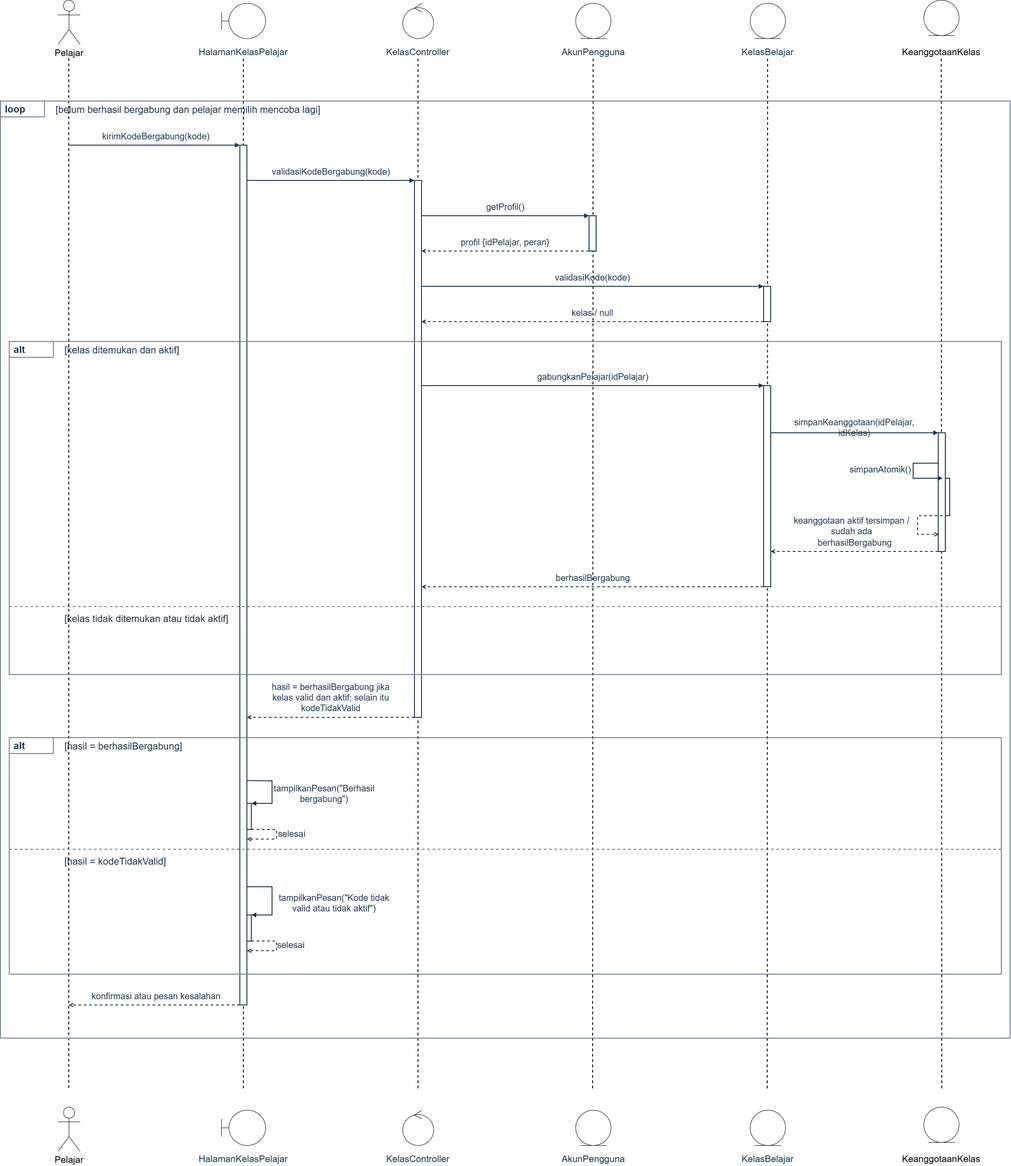
The draw.io diagram docs/M7/assets/diagram/UC05_Alternatif3.png in nighttbott/IF2150-RPL-K02-G04, before a commit. Source tidied: cells renumbered, new cells last; positions are measured from the earlier drawing's top-left corner, leaving out a move shared by most shapes.
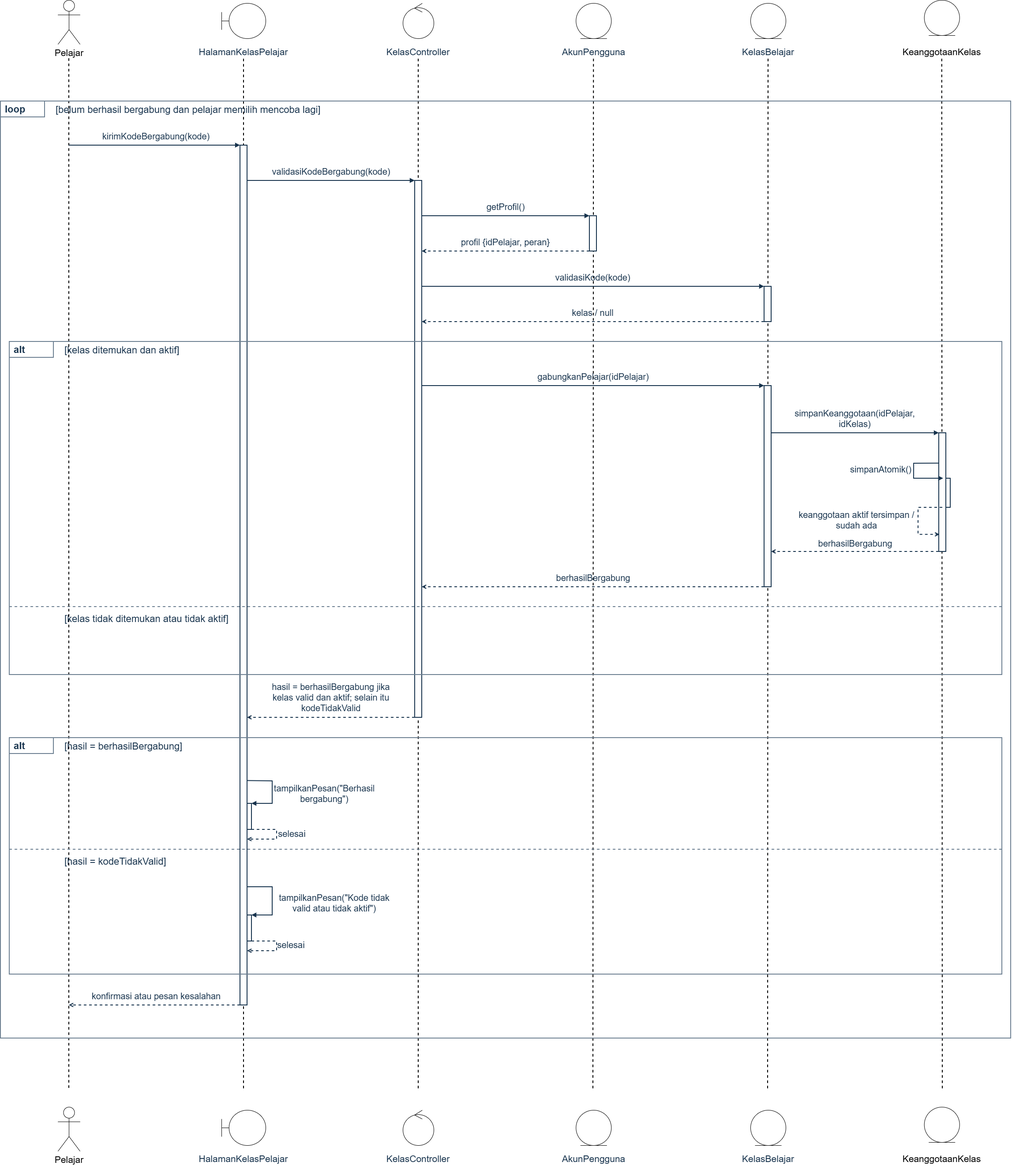
The same file after the commit.

Commit message:
docs : memperbaiki diagram

Change to the diagram source:
```diff
@@ -39,7 +39,7 @@
       <mxGeometry x="1731" y="649" width="16" height="80" as="geometry" />
     </mxCell>
     <mxCell id="10" style="rounded=0;fillColor=#ffffff;strokeColor=#17334d;strokeWidth=2;fontFamily=Helvetica;" parent="1" vertex="1">
-      <mxGeometry x="2137" y="1084" width="16" height="85" as="geometry" />
+      <mxGeometry x="2137" y="1084" width="16" height="66" as="geometry" />
     </mxCell>
     <mxCell id="11" style="rounded=0;fillColor=#ffffff;strokeColor=#17334d;strokeWidth=2;fontFamily=Helvetica;" parent="1" vertex="1">
       <mxGeometry x="2127" y="981" width="16" height="269" as="geometry" />
@@ -147,7 +147,7 @@
       </mxGeometry>
     </mxCell>
     <mxCell id="38" value="simpanKeanggotaan(idPelajar, idKelas)" style="text;html=0;whiteSpace=wrap;overflow=visible;align=center;verticalAlign=top;spacing=0;fontFamily=Helvetica;fontSize=20;fontStyle=0;fontColor=#17334d;strokeColor=none;fillColor=none;" parent="1" vertex="1">
-      <mxGeometry x="1778.5" y="940" width="317" height="32" as="geometry" />
+      <mxGeometry x="1778.5" y="920" width="317" height="32" as="geometry" />
     </mxCell>
     <mxCell id="39" style="edgeStyle=none;rounded=0;html=0;endArrow=block;endFill=1;strokeColor=#17334d;strokeWidth=2;dashed=0;exitX=-0.025;exitY=0.256;exitDx=0;exitDy=0;exitPerimeter=0;fontFamily=Helvetica;" parent="1" edge="1" source="11">
       <mxGeometry x="0.01" relative="1" as="geometry">
@@ -161,17 +161,16 @@
     <mxCell id="40" value="simpanAtomik()" style="text;html=0;whiteSpace=wrap;overflow=visible;align=center;verticalAlign=top;spacing=0;fontFamily=Helvetica;fontSize=20;fontStyle=0;fontColor=#17334d;strokeColor=none;fillColor=none;" parent="1" vertex="1">
       <mxGeometry x="1910" y="1047" width="170.7" height="32" as="geometry" />
     </mxCell>
-    <mxCell id="41" style="edgeStyle=none;rounded=0;html=0;endArrow=open;endFill=0;strokeColor=#17334d;strokeWidth=2;dashed=1;entryX=0.097;entryY=0.856;entryDx=0;entryDy=0;entryPerimeter=0;fontFamily=Helvetica;" parent="1" edge="1" target="11">
-      <mxGeometry x="-0.15" relative="1" as="geometry">
-        <mxPoint x="2137" y="1169" as="sourcePoint" />
+    <mxCell id="41" style="edgeStyle=none;rounded=0;html=0;endArrow=open;endFill=0;strokeColor=#17334d;strokeWidth=2;dashed=1;entryX=0.097;entryY=0.856;entryDx=0;entryDy=0;entryPerimeter=0;fontFamily=Helvetica;exitX=0.5;exitY=0.628;exitDx=0;exitDy=0;exitPerimeter=0;" parent="1" edge="1" source="11" target="11">
+      <mxGeometry x="-0.03" relative="1" as="geometry">
         <Array as="points">
-          <mxPoint x="2080" y="1169" />
+          <mxPoint x="2080" y="1150" />
           <mxPoint x="2080" y="1211.3" />
         </Array>
       </mxGeometry>
     </mxCell>
     <mxCell id="42" value="keanggotaan aktif tersimpan / sudah ada" style="text;html=0;whiteSpace=wrap;overflow=visible;align=center;verticalAlign=top;spacing=0;fontFamily=Helvetica;fontSize=20;fontStyle=0;fontColor=#17334d;strokeColor=none;fillColor=none;" parent="1" vertex="1">
-      <mxGeometry x="1779.5" y="1163" width="301.2" height="32" as="geometry" />
+      <mxGeometry x="1790" y="1150" width="301.2" height="32" as="geometry" />
     </mxCell>
     <mxCell id="43" style="edgeStyle=none;rounded=0;html=0;endArrow=open;endFill=0;strokeColor=#17334d;strokeWidth=2;dashed=1;fontFamily=Helvetica;" parent="1" edge="1">
       <mxGeometry relative="1" as="geometry">
@@ -180,7 +179,7 @@
       </mxGeometry>
     </mxCell>
     <mxCell id="44" value="berhasilBergabung" style="text;html=0;whiteSpace=wrap;overflow=visible;align=center;verticalAlign=top;spacing=0;fontFamily=Helvetica;fontSize=20;fontStyle=0;fontColor=#17334d;strokeColor=none;fillColor=none;" parent="1" vertex="1">
-      <mxGeometry x="1836.5" y="1213" width="201" height="32" as="geometry" />
+      <mxGeometry x="1836.5" y="1215" width="201" height="32" as="geometry" />
     </mxCell>
     <mxCell id="45" style="edgeStyle=none;rounded=0;html=0;endArrow=open;endFill=0;strokeColor=#17334d;strokeWidth=2;dashed=1;fontFamily=Helvetica;" parent="1" edge="1">
       <mxGeometry relative="1" as="geometry">
```
